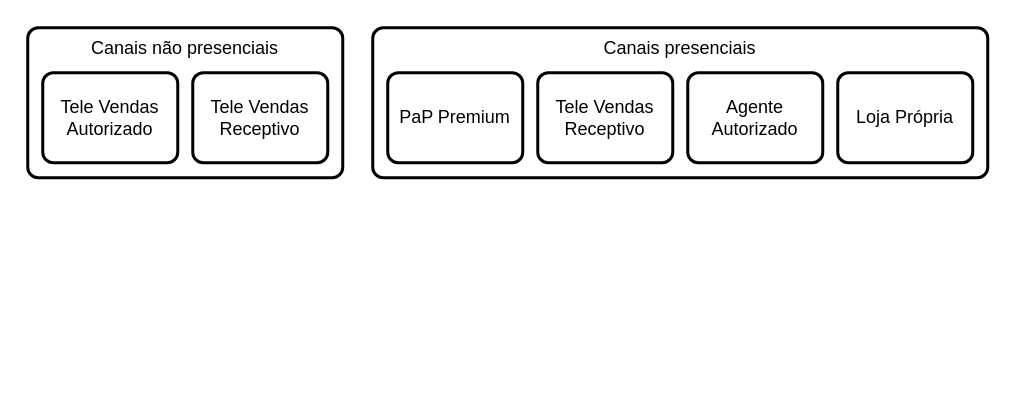
Before: NETSales x NETSMS.drawio in samirali/ClaroBrasil, a draw.io diagram. Source tidied: cells renumbered, new cells numbered last; positions are measured from the earlier drawing's top-left corner, leaving out a move shared by most shapes. Both pictures are drawn from the tidied source at 150%, with x=0, y=0 at pixel (27, 27).
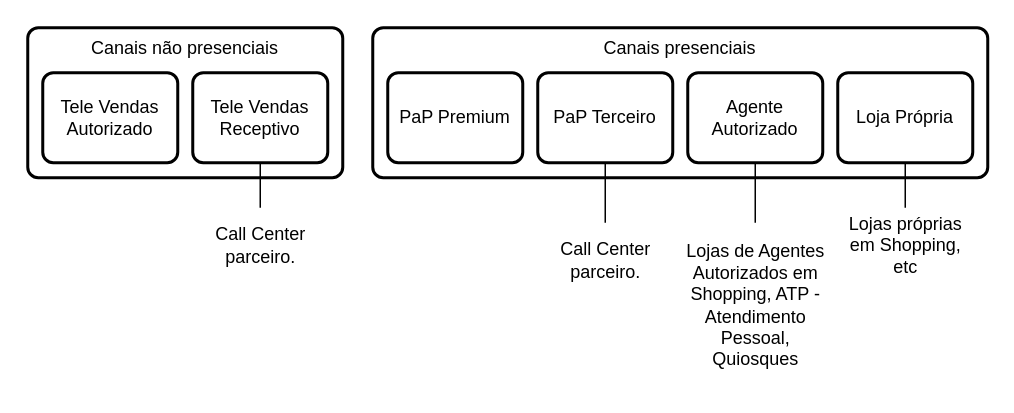
After the change.

The edit, as a diff of the source:
```diff
@@
 <mxGraphModel>
   <root>
     <mxCell id="0" />
     <mxCell id="1" parent="0" />
     <mxCell id="2" value="Canais não presenciais" style="rounded=1;whiteSpace=wrap;html=1;absoluteArcSize=1;arcSize=14;strokeWidth=2;horizontal=1;verticalAlign=top;" parent="1" vertex="1">
       <mxGeometry width="210" height="100" as="geometry" />
     </mxCell>
     <mxCell id="3" value="Tele Vendas Autorizado" style="rounded=1;whiteSpace=wrap;html=1;absoluteArcSize=1;arcSize=14;strokeWidth=2;" parent="1" vertex="1">
       <mxGeometry x="10" y="30" width="90" height="60" as="geometry" />
     </mxCell>
     <mxCell id="4" value="Tele Vendas Receptivo" style="rounded=1;whiteSpace=wrap;html=1;absoluteArcSize=1;arcSize=14;strokeWidth=2;" parent="1" vertex="1">
       <mxGeometry x="110" y="30" width="90" height="60" as="geometry" />
     </mxCell>
     <mxCell id="5" value="Canais presenciais" style="rounded=1;whiteSpace=wrap;html=1;absoluteArcSize=1;arcSize=14;strokeWidth=2;horizontal=1;verticalAlign=top;" parent="1" vertex="1">
       <mxGeometry x="230" width="410" height="100" as="geometry" />
     </mxCell>
     <mxCell id="6" value="PaP Premium" style="rounded=1;whiteSpace=wrap;html=1;absoluteArcSize=1;arcSize=14;strokeWidth=2;" parent="1" vertex="1">
       <mxGeometry x="240" y="30" width="90" height="60" as="geometry" />
     </mxCell>
-    <mxCell id="7" value="Tele Vendas Receptivo" style="rounded=1;whiteSpace=wrap;html=1;absoluteArcSize=1;arcSize=14;strokeWidth=2;" parent="1" vertex="1">
+    <mxCell id="7" value="PaP Terceiro" style="rounded=1;whiteSpace=wrap;html=1;absoluteArcSize=1;arcSize=14;strokeWidth=2;" parent="1" vertex="1">
       <mxGeometry x="340" y="30" width="90" height="60" as="geometry" />
     </mxCell>
     <mxCell id="8" value="Agente Autorizado" style="rounded=1;whiteSpace=wrap;html=1;absoluteArcSize=1;arcSize=14;strokeWidth=2;" parent="1" vertex="1">
       <mxGeometry x="440" y="30" width="90" height="60" as="geometry" />
     </mxCell>
     <mxCell id="9" value="Loja Própria" style="rounded=1;whiteSpace=wrap;html=1;absoluteArcSize=1;arcSize=14;strokeWidth=2;" parent="1" vertex="1">
       <mxGeometry x="540" y="30" width="90" height="60" as="geometry" />
     </mxCell>
+    <mxCell id="10" value="Lojas próprias em Shopping, etc" style="text;html=1;strokeColor=none;fillColor=none;align=center;verticalAlign=middle;whiteSpace=wrap;rounded=0;" parent="1" vertex="1">
+      <mxGeometry x="537.5" y="120" width="95" height="50" as="geometry" />
+    </mxCell>
+    <mxCell id="11" style="endArrow=none;html=1;rounded=0;entryX=0.5;entryY=1;entryDx=0;entryDy=0;exitX=0.5;exitY=0;exitDx=0;exitDy=0;" parent="1" edge="1" source="10" target="9">
+      <mxGeometry relative="1" as="geometry" />
+    </mxCell>
+    <mxCell id="12" value="Lojas de Agentes Autorizados em Shopping, ATP - Atendimento Pessoal, Quiosques" style="text;html=1;strokeColor=none;fillColor=none;align=center;verticalAlign=middle;whiteSpace=wrap;rounded=0;" parent="1" vertex="1">
+      <mxGeometry x="437.5" y="130" width="95" height="110" as="geometry" />
+    </mxCell>
+    <mxCell id="13" style="endArrow=none;html=1;rounded=0;entryX=0.5;entryY=1;entryDx=0;entryDy=0;exitX=0.5;exitY=0;exitDx=0;exitDy=0;" parent="1" edge="1" source="12" target="8">
+      <mxGeometry relative="1" as="geometry" />
+    </mxCell>
+    <mxCell id="14" value="Call Center parceiro." style="text;html=1;strokeColor=none;fillColor=none;align=center;verticalAlign=middle;whiteSpace=wrap;rounded=0;" parent="1" vertex="1">
+      <mxGeometry x="337.5" y="130" width="95" height="50" as="geometry" />
+    </mxCell>
+    <mxCell id="15" style="endArrow=none;html=1;rounded=0;entryX=0.5;entryY=1;entryDx=0;entryDy=0;exitX=0.5;exitY=0;exitDx=0;exitDy=0;" parent="1" edge="1" source="14" target="7">
+      <mxGeometry relative="1" as="geometry" />
+    </mxCell>
+    <mxCell id="16" value="Call Center parceiro." style="text;html=1;strokeColor=none;fillColor=none;align=center;verticalAlign=middle;whiteSpace=wrap;rounded=0;" parent="1" vertex="1">
+      <mxGeometry x="107.5" y="120" width="95" height="50" as="geometry" />
+    </mxCell>
+    <mxCell id="17" style="endArrow=none;html=1;rounded=0;entryX=0.5;entryY=1;entryDx=0;entryDy=0;exitX=0.5;exitY=0;exitDx=0;exitDy=0;" parent="1" edge="1" source="16" target="4">
+      <mxGeometry relative="1" as="geometry" />
+    </mxCell>
   </root>
 </mxGraphModel>
```
